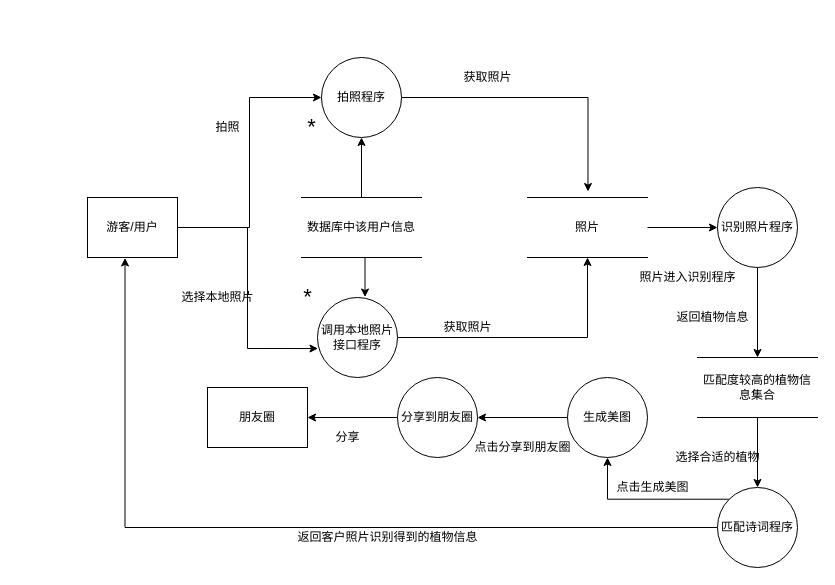
SixteenTime/aboutSome keeps this draw.io diagram as 拍照识花.drawio. Above is the earlier version. Source tidied: cells renumbered, new cells numbered last; positions are measured from the earlier drawing's top-left corner, leaving out a move shared by most shapes. Both pictures are drawn from the tidied source at 100%, with x=0, y=0 at pixel (87, 57).
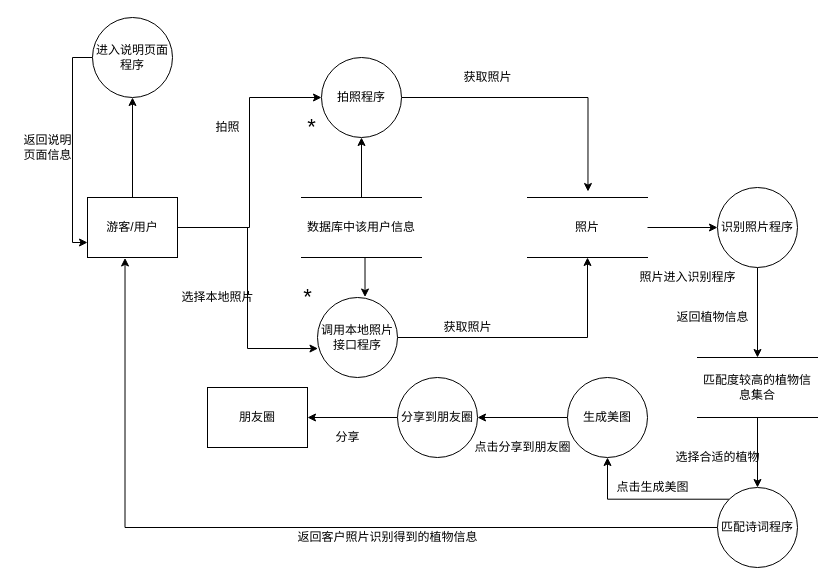
Above is the later version.

Unchanged cells that the change refers to:
```xml
<mxCell id="4" value="游客/用户" style="rounded=0;whiteSpace=wrap;html=1;" parent="1" vertex="1">
  <mxGeometry y="140" width="90" height="60" as="geometry" />
</mxCell>
```

The edit, as a diff of the source:
```diff
@@
+    <mxCell id="39" style="edgeStyle=orthogonalEdgeStyle;rounded=0;jettySize=auto;html=1;exitX=0.5;exitY=0;exitDx=0;exitDy=0;entryX=0.5;entryY=1;entryDx=0;entryDy=0;" parent="1" edge="1" source="4" target="41">
+      <mxGeometry relative="1" as="geometry" />
+    </mxCell>
@@
+    <mxCell id="40" style="edgeStyle=orthogonalEdgeStyle;rounded=0;jettySize=auto;html=1;exitX=0;exitY=0.5;exitDx=0;exitDy=0;entryX=0;entryY=0.75;entryDx=0;entryDy=0;" parent="1" edge="1" source="41" target="4">
+      <mxGeometry relative="1" as="geometry" />
+    </mxCell>
+    <mxCell id="41" value="进入说明页面程序" style="ellipse;whiteSpace=wrap;html=1;" parent="1" vertex="1">
+      <mxGeometry x="5" y="-40" width="80" height="80" as="geometry" />
+    </mxCell>
+    <mxCell id="42" value="返回说明&lt;br&gt;页面信息" style="text;html=1;align=center;verticalAlign=middle;" parent="1" vertex="1">
+      <mxGeometry x="-70" y="75" width="60" height="30" as="geometry" />
+    </mxCell>
```
